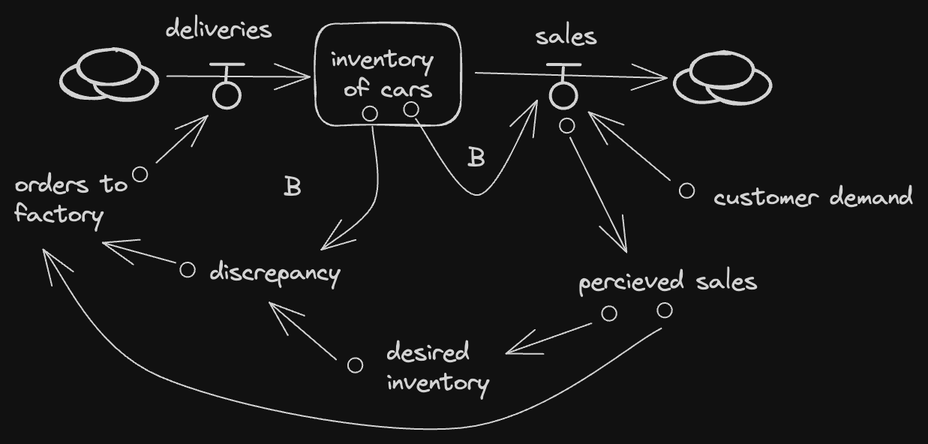
Earlier version of the Excalidraw export assets/systems-stock-two-balancing-with-delays-dealership.png (hpdobrica/digital-garden-public). Source tidied: one line per element, renumbered; positions are measured from the earlier drawing's top-left corner, leaving out a move shared by most shapes.
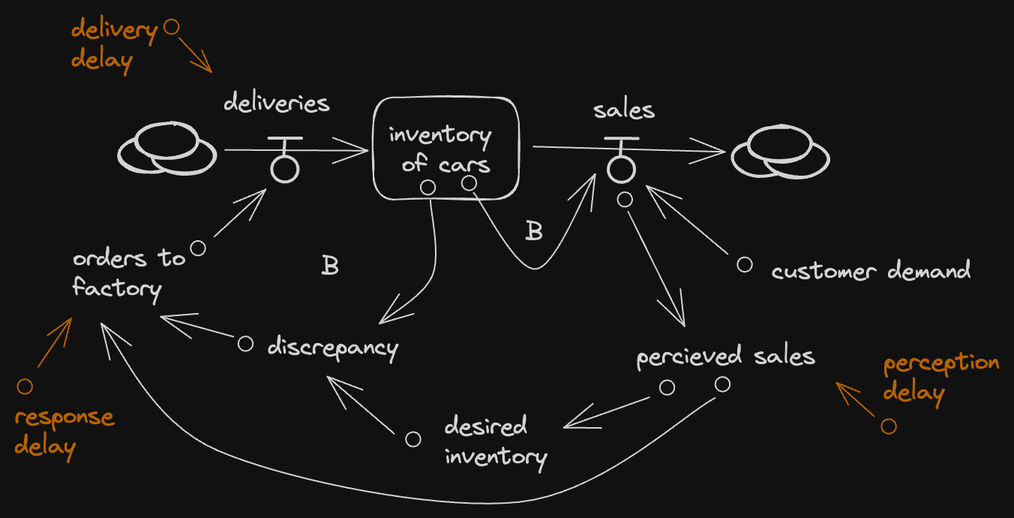
The same file after the commit.

The edit, as a diff of the source:
```diff
@@ -16,7 +16,7 @@
 {"id": 15, "type": "line", "strokeColor": "#1e1e1e", "backgroundColor": "#ffffff", "fillStyle": "solid", "strokeWidth": 2, "roughness": 0, "round": true, "x": 355, "y": 33, "width": 22, "height": 0, "points": [[0, 0], [22, 0]]}
 {"id": 16, "type": "text", "text": "sales", "strokeColor": "#1e1e1e", "backgroundColor": "#ffffff", "fillStyle": "solid", "strokeWidth": 1, "roughness": 1, "fontSize": 16, "fontFamily": 1, "x": 347, "y": 4, "width": 41, "height": 20}
 {"id": 17, "type": "arrow", "strokeColor": "#1e1e1e", "backgroundColor": "#ffffff", "fillStyle": "solid", "strokeWidth": 1, "roughness": 0, "endArrowhead": "arrow", "round": true, "from": 8, "to": 10, "x": 307, "y": 39, "width": 128, "height": 4, "points": [[0, 0], [128, 4]]}
-{"id": 18, "type": "text", "text": "B", "strokeColor": "#1e1e1e", "backgroundColor": "#ffffff", "fillStyle": "solid", "strokeWidth": 1, "roughness": 0, "fontSize": 16, "fontFamily": 1, "x": 179, "y": 105, "width": 12, "height": 20}
+{"id": 18, "type": "text", "text": "B", "strokeColor": "#1e1e1e", "backgroundColor": "#ffffff", "fillStyle": "solid", "strokeWidth": 1, "roughness": 0, "fontSize": 16, "fontFamily": 1, "x": 166, "y": 109, "width": 12, "height": 20}
 {"id": 19, "type": "text", "text": "B", "strokeColor": "#1e1e1e", "backgroundColor": "#ffffff", "fillStyle": "solid", "strokeWidth": 1, "roughness": 0, "fontSize": 16, "fontFamily": 1, "x": 302, "y": 86, "width": 12, "height": 20}
 {"id": 20, "type": "ellipse", "strokeColor": "#1e1e1e", "backgroundColor": "#ffffff", "fillStyle": "solid", "strokeWidth": 1, "roughness": 0, "round": true, "x": 443, "y": 112, "width": 10, "height": 10}
 {"id": 21, "type": "text", "text": "customer demand\n", "strokeColor": "#1e1e1e", "backgroundColor": "#ffffff", "fillStyle": "solid", "strokeWidth": 1, "roughness": 0, "fontSize": 16, "fontFamily": 1, "x": 466, "y": 112, "width": 133, "height": 40}
@@ -38,6 +38,15 @@
 {"id": 37, "type": "ellipse", "strokeColor": "#1e1e1e", "backgroundColor": "#ffffff", "fillStyle": "solid", "strokeWidth": 1, "roughness": 0, "round": true, "x": 428, "y": 192, "width": 10, "height": 10}
 {"id": 38, "type": "text", "text": "desired \ninventory", "strokeColor": "#1e1e1e", "strokeWidth": 1, "roughness": 0, "fontSize": 16, "fontFamily": 1, "x": 248, "y": 215, "width": 68, "height": 40}
 {"id": 39, "type": "arrow", "strokeColor": "#1e1e1e", "strokeWidth": 1, "roughness": 0, "endArrowhead": "arrow", "round": true, "from": 33, "to": 38, "x": 384, "y": 206, "width": 57, "height": 20, "points": [[0, 0], [-57, 20]]}
-{"id": 40, "type": "arrow", "strokeColor": "#1e1e1e", "strokeWidth": 1, "roughness": 0, "endArrowhead": "arrow", "round": true, "from": 37, "to": 24, "x": 431, "y": 209, "width": 412, "height": 119, "points": [[0, 0], [-133, 66], [-334, 32], [-412, -53]]}
+{"id": 40, "type": "arrow", "strokeColor": "#1e1e1e", "strokeWidth": 1, "roughness": 0, "endArrowhead": "arrow", "round": true, "from": 37, "to": 24, "x": 428, "y": 206, "width": 409, "height": 119, "points": [[0, 0], [-131, 69], [-331, 35], [-409, -50]]}
 {"id": 41, "type": "ellipse", "strokeColor": "#1e1e1e", "backgroundColor": "#ffffff", "fillStyle": "solid", "strokeWidth": 1, "roughness": 0, "round": true, "x": 222, "y": 229, "width": 10, "height": 10}
 {"id": 42, "type": "arrow", "strokeColor": "#1e1e1e", "strokeWidth": 1, "roughness": 0, "endArrowhead": "arrow", "round": true, "from": 41, "to": 26, "x": 214, "y": 230, "width": 45, "height": 38, "points": [[0, 0], [-45, -38]]}
+{"id": 43, "type": "text", "text": "delivery\ndelay", "strokeColor": "#f08c00", "backgroundColor": "#ffffff", "fillStyle": "solid", "strokeWidth": 1, "roughness": 0, "fontSize": 16, "fontFamily": 1, "x": -1, "y": -49, "width": 57, "height": 40}
+{"id": 44, "type": "ellipse", "strokeColor": "#f08c00", "backgroundColor": "#ffffff", "fillStyle": "solid", "strokeWidth": 1, "roughness": 0, "round": true, "x": 61, "y": -46, "width": 10, "height": 10}
+{"id": 45, "type": "arrow", "strokeColor": "#f08c00", "strokeWidth": 1, "roughness": 0, "endArrowhead": "arrow", "round": true, "from": 44, "to": 7, "x": 71, "y": -34, "width": 21, "height": 23, "points": [[0, 0], [21, 23]]}
+{"id": 46, "type": "text", "text": "response\ndelay", "strokeColor": "#f08c00", "backgroundColor": "#ffffff", "fillStyle": "solid", "strokeWidth": 1, "roughness": 0, "fontSize": 16, "fontFamily": 1, "x": -39, "y": 209, "width": 66, "height": 40}
+{"id": 47, "type": "ellipse", "strokeColor": "#f08c00", "backgroundColor": "#ffffff", "fillStyle": "solid", "strokeWidth": 1, "roughness": 0, "round": true, "x": -37, "y": 194, "width": 10, "height": 10}
+{"id": 48, "type": "arrow", "strokeColor": "#f08c00", "strokeWidth": 1, "roughness": 0, "endArrowhead": "arrow", "round": true, "from": 47, "to": 24, "x": -23, "y": 185, "width": 22, "height": 32, "points": [[0, 0], [22, -32]]}
+{"id": 49, "type": "text", "text": "perception\ndelay", "strokeColor": "#f08c00", "backgroundColor": "#ffffff", "fillStyle": "solid", "strokeWidth": 1, "roughness": 0, "fontSize": 16, "fontFamily": 1, "x": 541, "y": 173, "width": 77, "height": 40}
+{"id": 50, "type": "ellipse", "strokeColor": "#f08c00", "backgroundColor": "#ffffff", "fillStyle": "solid", "strokeWidth": 1, "roughness": 0, "round": true, "x": 539, "y": 220, "width": 10, "height": 10}
+{"id": 51, "type": "arrow", "strokeColor": "#f08c00", "strokeWidth": 1, "roughness": 0, "endArrowhead": "arrow", "round": true, "from": 50, "to": 34, "x": 534, "y": 218, "width": 25, "height": 22, "points": [[0, 0], [-25, -22]]}
```
